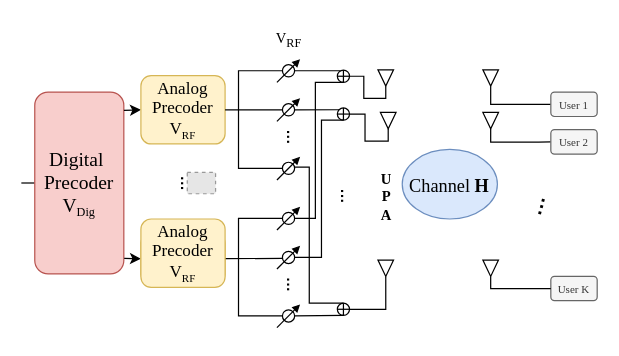
Before: System_Model.drawio in Lxlorange/drawio, a draw.io diagram. Source tidied: cells renumbered, new cells numbered last; positions are measured from the earlier drawing's top-left corner, leaving out a move shared by most shapes. Both pictures are drawn from the tidied source at 122%, with x=0, y=0 at pixel (21, 21). Pictures stored in the file or linked from it are replaced by grey dashed boxes.
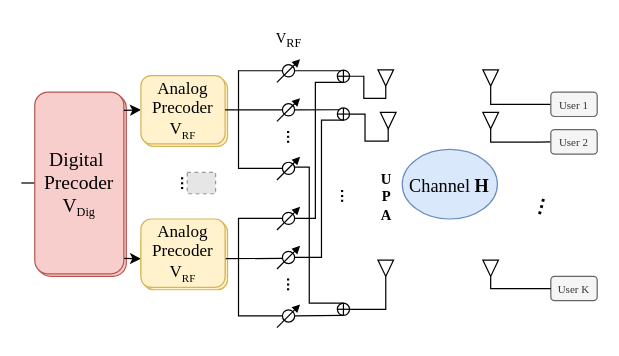
The same page after the edit.

What changed in the source:
```diff
@@
+    <mxCell id="64" style="rounded=1;whiteSpace=wrap;html=1;fillColor=#fff2cc;strokeColor=#d6b656;" parent="1" vertex="1">
+      <mxGeometry x="100" y="164" width="69" height="56" as="geometry" />
+    </mxCell>
+    <mxCell id="65" style="rounded=1;whiteSpace=wrap;html=1;fillColor=#fff2cc;strokeColor=#d6b656;" parent="1" vertex="1">
+      <mxGeometry x="100" y="46.5" width="69" height="56" as="geometry" />
+    </mxCell>
+    <mxCell id="66" style="rounded=1;whiteSpace=wrap;html=1;fillColor=#f8cecc;strokeColor=#b85450;" parent="1" vertex="1">
+      <mxGeometry x="13" y="60" width="73" height="149" as="geometry" />
+    </mxCell>
```
